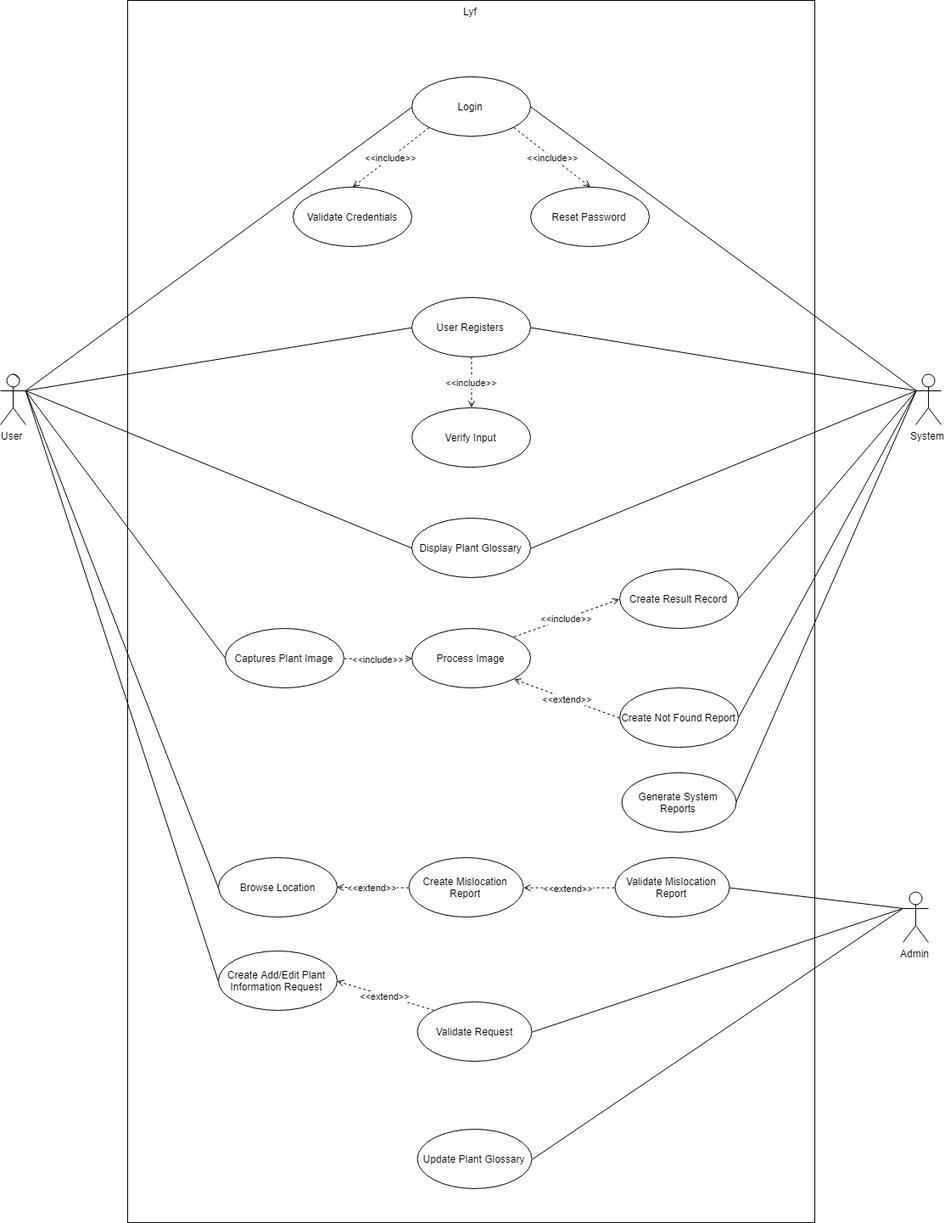
seans888/project--lyf keeps this draw.io diagram as Documentations/Diagrams (Midterms)/0-Use Case Diagram/Use Case Diagram.png. Above is the earlier version. Source tidied: cells renumbered, new cells last; positions are measured from the earlier drawing's top-left corner, leaving out a move shared by most shapes.
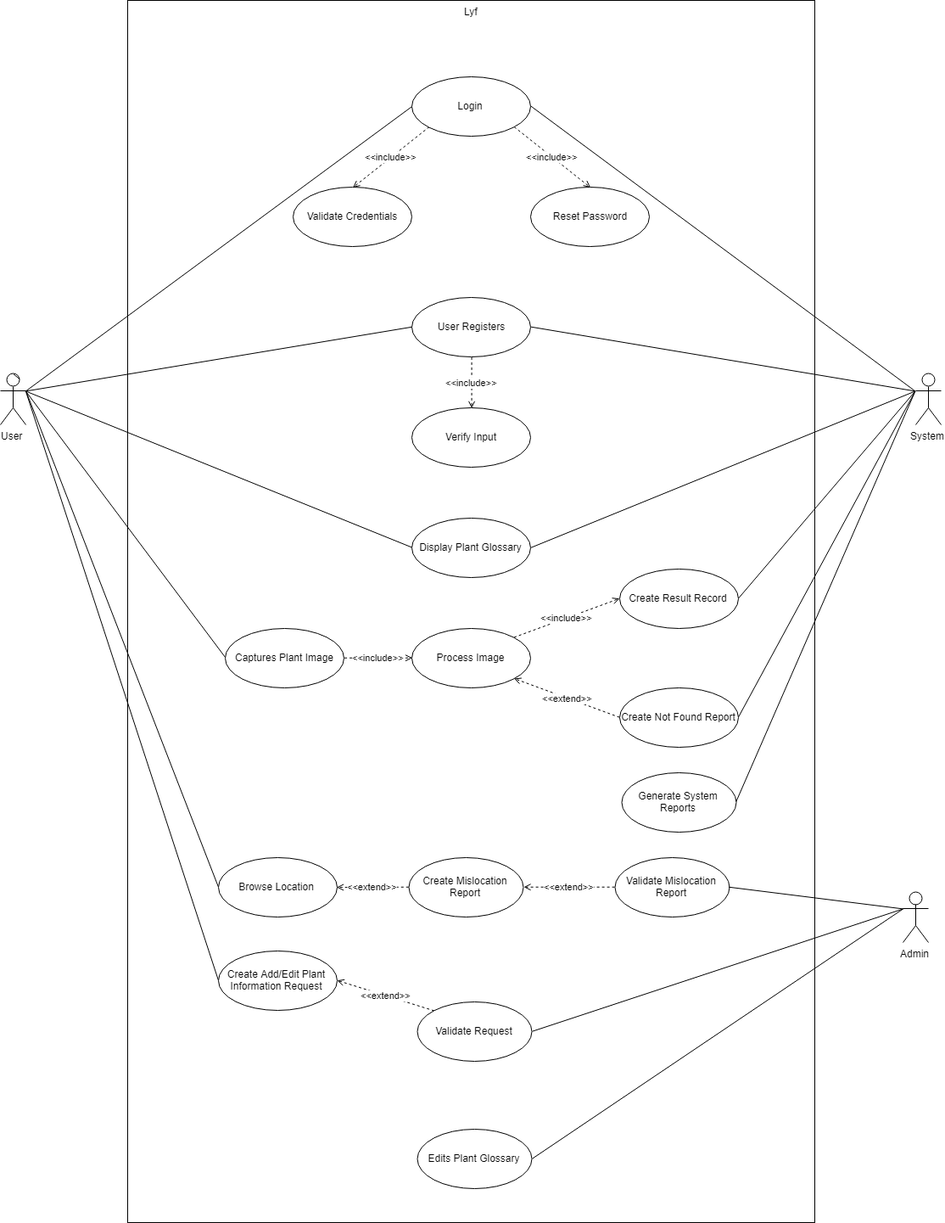
The same file after the commit.

Commit message:
Corrected Use Case

What changed in the source:
```diff
@@ -133,7 +133,7 @@
     <mxCell id="44" style="edgeStyle=none;rounded=0;jettySize=auto;html=1;exitX=1;exitY=0.5;exitDx=0;exitDy=0;entryX=0;entryY=0.3333333333333333;entryDx=0;entryDy=0;entryPerimeter=0;endArrow=none;endFill=0;" parent="1" edge="1" source="45" target="43">
       <mxGeometry relative="1" as="geometry" />
     </mxCell>
-    <mxCell id="45" value="Update Plant Glossary" style="ellipse;whiteSpace=wrap;html=1;" parent="1" vertex="1">
+    <mxCell id="45" value="Edits Plant Glossary" style="ellipse;whiteSpace=wrap;html=1;" parent="1" vertex="1">
       <mxGeometry x="491.5" y="1330" width="135" height="70" as="geometry" />
     </mxCell>
     <mxCell id="46" style="edgeStyle=none;rounded=0;jettySize=auto;html=1;exitX=1;exitY=0.5;exitDx=0;exitDy=0;entryX=0;entryY=0.3333333333333333;entryDx=0;entryDy=0;entryPerimeter=0;endArrow=none;endFill=0;" parent="1" edge="1" source="47" target="13">
```
